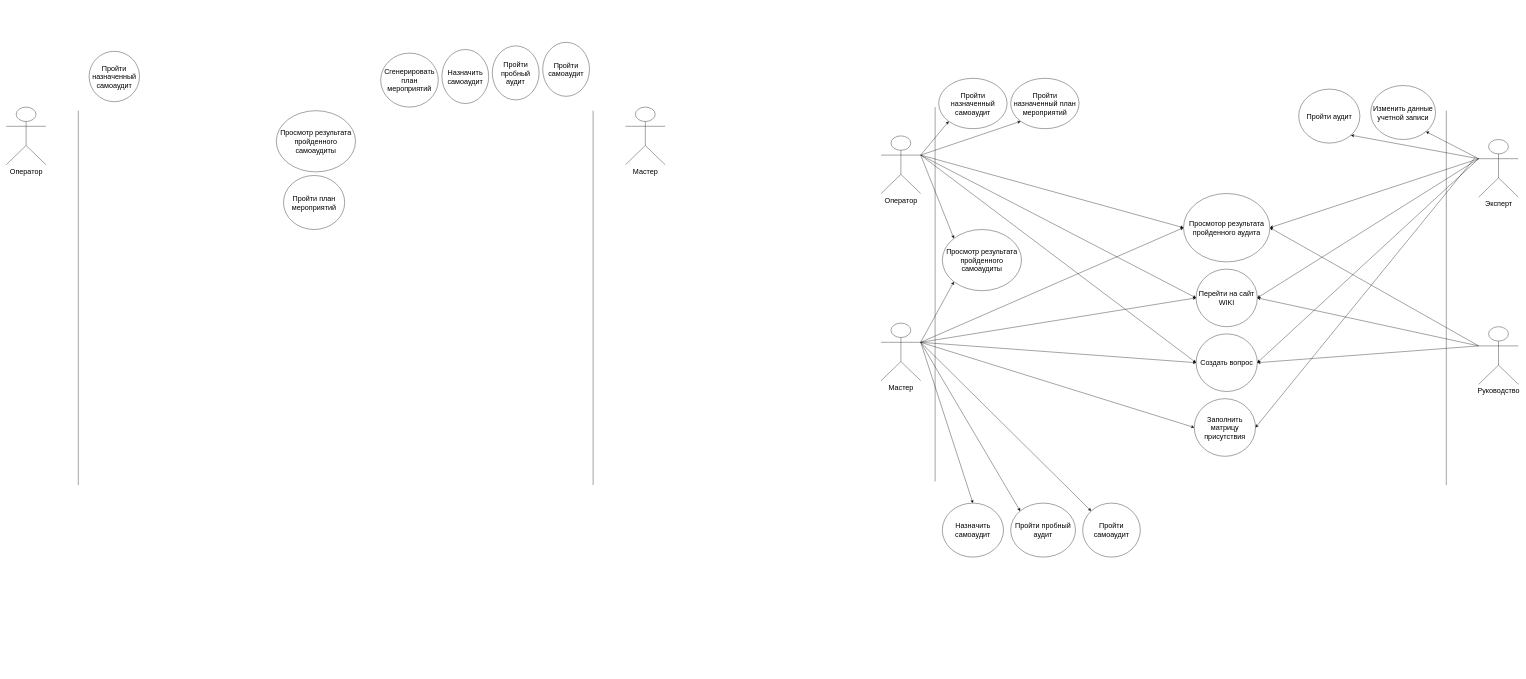
Above: page "USE_CASE" (1 of 13) of Диплом.drawio in Vlad-Efremovv/kursach (draw.io), before the change. Source tidied: cells renumbered, new cells numbered last; positions are measured from the earlier drawing's top-left corner, leaving out a move shared by most shapes. Both pictures are drawn from the tidied source at 36%, with x=0, y=0 at pixel (6, 42).
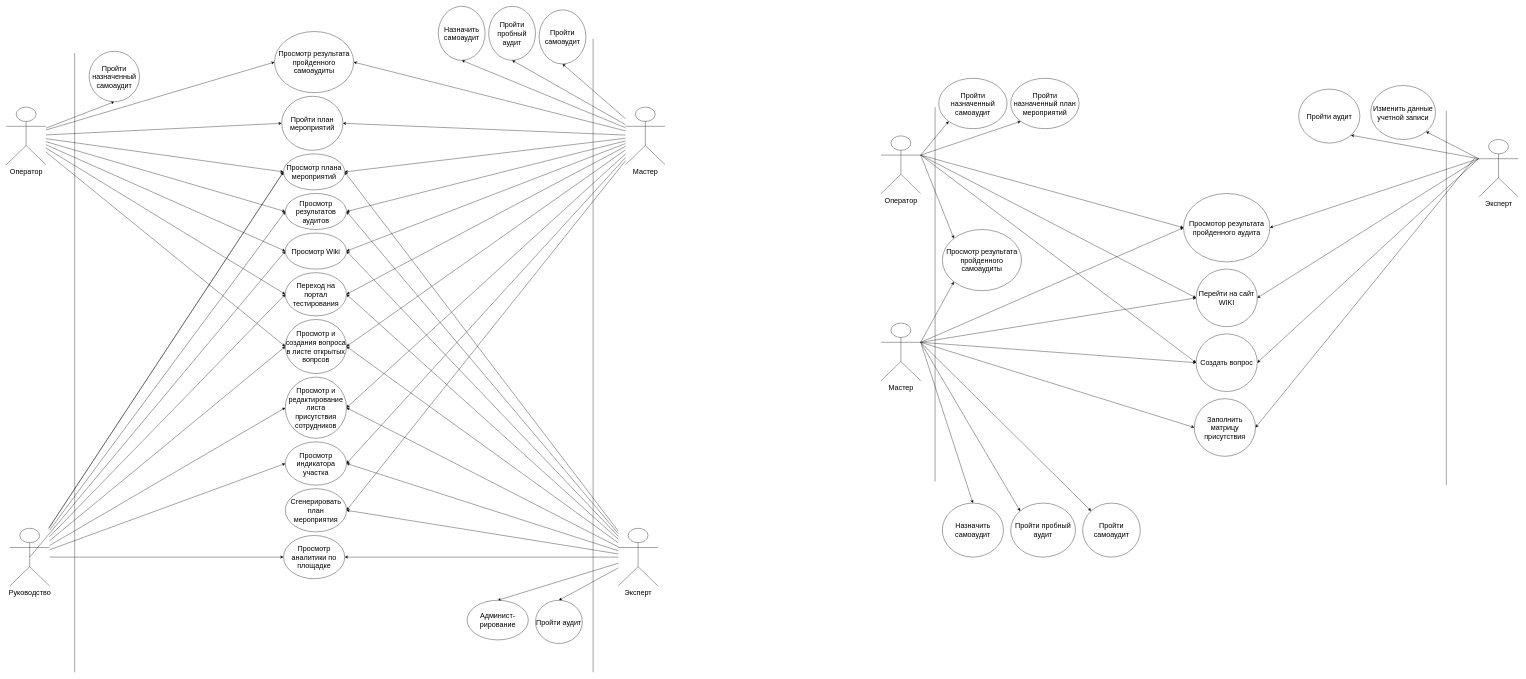
The same page after the edit.

Unchanged cells that the change refers to:
```xml
<mxCell id="11" value="Просмотор результата пройденного аудита" style="ellipse;whiteSpace=wrap;html=1;fontSize=20;" parent="1" vertex="1">
  <mxGeometry x="3270" y="420" width="240" height="190" as="geometry" />
</mxCell>
<mxCell id="26" value="Перейти на сайт WIKI" style="ellipse;whiteSpace=wrap;html=1;fontSize=20;" parent="1" vertex="1">
  <mxGeometry x="3305" y="630" width="170" height="160" as="geometry" />
</mxCell>
<mxCell id="33" value="Создать вопрос" style="ellipse;whiteSpace=wrap;html=1;fontSize=20;" parent="1" vertex="1">
  <mxGeometry x="3305" y="810" width="170" height="160" as="geometry" />
</mxCell>
<mxCell id="43" value="&lt;font style=&quot;font-size: 20px;&quot;&gt;Оператор&lt;/font&gt;" style="shape=umlActor;verticalLabelPosition=bottom;verticalAlign=top;html=1;outlineConnect=0;" parent="1" vertex="1">
  <mxGeometry y="180" width="110" height="160" as="geometry" />
</mxCell>
<mxCell id="46" value="&lt;font style=&quot;font-size: 20px;&quot;&gt;Мастер&lt;/font&gt;&lt;div&gt;&lt;font style=&quot;font-size: 20px;&quot;&gt;&lt;br&gt;&lt;/font&gt;&lt;/div&gt;" style="shape=umlActor;verticalLabelPosition=bottom;verticalAlign=top;html=1;outlineConnect=0;" parent="1" vertex="1">
  <mxGeometry x="1720" y="180" width="110" height="160" as="geometry" />
</mxCell>
<mxCell id="47" value="Пройти назначенный самоаудит" style="ellipse;whiteSpace=wrap;html=1;fontSize=20;" parent="1" vertex="1">
  <mxGeometry x="230" y="25" width="140" height="140" as="geometry" />
</mxCell>
```

Diff of the diagram source:
```diff
@@
-    <mxCell id="30" value="&lt;span style=&quot;font-size: 20px;&quot;&gt;Руководство&lt;/span&gt;" style="shape=umlActor;verticalLabelPosition=bottom;verticalAlign=top;html=1;outlineConnect=0;" parent="1" vertex="1">
-      <mxGeometry x="4090" y="790" width="110" height="160" as="geometry" />
-    </mxCell>
-    <mxCell id="31" style="endArrow=classic;html=1;rounded=0;entryX=1;entryY=0.5;entryDx=0;entryDy=0;exitX=0;exitY=0.3333333333333333;exitDx=0;exitDy=0;exitPerimeter=0;" parent="1" edge="1" source="30" target="26">
-      <mxGeometry relative="1" as="geometry" />
-    </mxCell>
-    <mxCell id="32" style="endArrow=classic;html=1;rounded=0;entryX=1;entryY=0.5;entryDx=0;entryDy=0;exitX=0;exitY=0.3333333333333333;exitDx=0;exitDy=0;exitPerimeter=0;" parent="1" edge="1" source="30" target="11">
-      <mxGeometry relative="1" as="geometry" />
-    </mxCell>
@@
-    <mxCell id="37" style="endArrow=classic;html=1;rounded=0;entryX=1;entryY=0.5;entryDx=0;entryDy=0;exitX=0;exitY=0.3333333333333333;exitDx=0;exitDy=0;exitPerimeter=0;" parent="1" edge="1" source="30" target="33">
-      <mxGeometry relative="1" as="geometry" />
-    </mxCell>
@@
+    <mxCell id="54" style="rounded=0;jettySize=auto;html=1;entryX=0;entryY=0.5;entryDx=0;entryDy=0;" parent="1" edge="1" source="43" target="75">
+      <mxGeometry relative="1" as="geometry" />
+    </mxCell>
+    <mxCell id="55" style="rounded=0;jettySize=auto;html=1;entryX=0;entryY=0.5;entryDx=0;entryDy=0;" parent="1" edge="1" source="43" target="76">
+      <mxGeometry relative="1" as="geometry" />
+    </mxCell>
+    <mxCell id="56" style="rounded=0;jettySize=auto;html=1;entryX=0;entryY=0.5;entryDx=0;entryDy=0;" parent="1" edge="1" source="43" target="79">
+      <mxGeometry relative="1" as="geometry" />
+    </mxCell>
+    <mxCell id="57" style="rounded=0;jettySize=auto;html=1;entryX=0.5;entryY=1;entryDx=0;entryDy=0;" parent="1" edge="1" source="43" target="47">
+      <mxGeometry relative="1" as="geometry" />
+    </mxCell>
+    <mxCell id="58" style="rounded=0;jettySize=auto;html=1;entryX=0;entryY=0.5;entryDx=0;entryDy=0;" parent="1" edge="1" source="43" target="48">
+      <mxGeometry relative="1" as="geometry" />
+    </mxCell>
+    <mxCell id="59" style="rounded=0;jettySize=auto;html=1;entryX=0;entryY=0.5;entryDx=0;entryDy=0;" parent="1" edge="1" source="43" target="52">
+      <mxGeometry relative="1" as="geometry" />
+    </mxCell>
+    <mxCell id="60" style="rounded=0;jettySize=auto;html=1;entryX=0;entryY=0.5;entryDx=0;entryDy=0;" parent="1" edge="1" source="43" target="96">
+      <mxGeometry relative="1" as="geometry" />
+    </mxCell>
+    <mxCell id="61" style="rounded=0;jettySize=auto;html=1;entryX=0;entryY=0.5;entryDx=0;entryDy=0;" parent="1" edge="1" source="43" target="106">
+      <mxGeometry relative="1" as="geometry" />
+    </mxCell>
@@
     <mxCell id="44" style="endArrow=none;html=1;rounded=0;" parent="1" edge="1">
       <mxGeometry relative="1" as="geometry">
-        <mxPoint x="200" y="1230" as="sourcePoint" />
-        <mxPoint x="200" y="190" as="targetPoint" />
+        <mxPoint x="190" y="1750" as="sourcePoint" />
+        <mxPoint x="190" y="30" as="targetPoint" />
       </mxGeometry>
     </mxCell>
     <mxCell id="45" style="endArrow=none;html=1;rounded=0;" parent="1" edge="1">
       <mxGeometry relative="1" as="geometry">
-        <mxPoint x="1630" y="1230" as="sourcePoint" />
-        <mxPoint x="1630" y="190" as="targetPoint" />
+        <mxPoint x="1630" y="1750" as="sourcePoint" />
+        <mxPoint x="1630" y="-10" as="targetPoint" />
       </mxGeometry>
     </mxCell>
+    <mxCell id="62" style="rounded=0;jettySize=auto;html=1;entryX=0.5;entryY=1;entryDx=0;entryDy=0;" parent="1" edge="1" source="46" target="50">
+      <mxGeometry relative="1" as="geometry" />
+    </mxCell>
+    <mxCell id="63" style="rounded=0;jettySize=auto;html=1;entryX=0.5;entryY=1;entryDx=0;entryDy=0;" parent="1" edge="1" source="46" target="49">
+      <mxGeometry relative="1" as="geometry" />
+    </mxCell>
+    <mxCell id="64" style="rounded=0;jettySize=auto;html=1;entryX=0.5;entryY=1;entryDx=0;entryDy=0;" parent="1" edge="1" source="46" target="51">
+      <mxGeometry relative="1" as="geometry" />
+    </mxCell>
+    <mxCell id="65" style="rounded=0;jettySize=auto;html=1;entryX=1;entryY=0.5;entryDx=0;entryDy=0;" parent="1" edge="1" source="46" target="48">
+      <mxGeometry relative="1" as="geometry" />
+    </mxCell>
+    <mxCell id="66" style="rounded=0;jettySize=auto;html=1;entryX=1;entryY=0.5;entryDx=0;entryDy=0;" parent="1" edge="1" source="46" target="52">
+      <mxGeometry relative="1" as="geometry" />
+    </mxCell>
+    <mxCell id="67" style="rounded=0;jettySize=auto;html=1;entryX=1;entryY=0.5;entryDx=0;entryDy=0;" parent="1" edge="1" source="46" target="75">
+      <mxGeometry relative="1" as="geometry" />
+    </mxCell>
+    <mxCell id="68" style="rounded=0;jettySize=auto;html=1;entryX=1;entryY=0.5;entryDx=0;entryDy=0;" parent="1" edge="1" source="46" target="76">
+      <mxGeometry relative="1" as="geometry" />
+    </mxCell>
+    <mxCell id="69" style="rounded=0;jettySize=auto;html=1;entryX=1;entryY=0.5;entryDx=0;entryDy=0;" parent="1" edge="1" source="46" target="79">
+      <mxGeometry relative="1" as="geometry" />
+    </mxCell>
+    <mxCell id="70" style="rounded=0;jettySize=auto;html=1;entryX=1;entryY=0.5;entryDx=0;entryDy=0;" parent="1" edge="1" source="46" target="77">
+      <mxGeometry relative="1" as="geometry" />
+    </mxCell>
+    <mxCell id="71" style="rounded=0;jettySize=auto;html=1;entryX=1;entryY=0.5;entryDx=0;entryDy=0;" parent="1" edge="1" source="46" target="78">
+      <mxGeometry relative="1" as="geometry" />
+    </mxCell>
+    <mxCell id="72" style="rounded=0;jettySize=auto;html=1;entryX=1;entryY=0.5;entryDx=0;entryDy=0;" parent="1" edge="1" source="46" target="95">
+      <mxGeometry relative="1" as="geometry" />
+    </mxCell>
+    <mxCell id="73" style="rounded=0;jettySize=auto;html=1;entryX=1;entryY=0.5;entryDx=0;entryDy=0;" parent="1" edge="1" source="46" target="96">
+      <mxGeometry relative="1" as="geometry" />
+    </mxCell>
+    <mxCell id="74" style="rounded=0;jettySize=auto;html=1;entryX=1;entryY=0.5;entryDx=0;entryDy=0;" parent="1" edge="1" source="46" target="106">
+      <mxGeometry relative="1" as="geometry" />
+    </mxCell>
@@
     <mxCell id="48" value="Просмотр результата пройденного самоаудиты" style="ellipse;whiteSpace=wrap;html=1;fontSize=20;" parent="1" vertex="1">
-      <mxGeometry x="750" y="190" width="220" height="170" as="geometry" />
+      <mxGeometry x="745" y="-30" width="220" height="170" as="geometry" />
     </mxCell>
     <mxCell id="49" value="Пройти пробный аудит" style="ellipse;whiteSpace=wrap;html=1;fontSize=20;" parent="1" vertex="1">
-      <mxGeometry x="1350" y="10" width="130" height="150" as="geometry" />
+      <mxGeometry x="1340" y="-100" width="130" height="150" as="geometry" />
     </mxCell>
     <mxCell id="50" value="Пройти самоаудит" style="ellipse;whiteSpace=wrap;html=1;fontSize=20;" parent="1" vertex="1">
-      <mxGeometry x="1490" width="130" height="150" as="geometry" />
+      <mxGeometry x="1480" y="-90" width="130" height="150" as="geometry" />
     </mxCell>
     <mxCell id="51" value="Назначить самоаудит" style="ellipse;whiteSpace=wrap;html=1;fontSize=20;" parent="1" vertex="1">
-      <mxGeometry x="1210" y="20" width="130" height="150" as="geometry" />
+      <mxGeometry x="1200" y="-100" width="130" height="150" as="geometry" />
     </mxCell>
     <mxCell id="52" value="Пройти план мероприятий" style="ellipse;whiteSpace=wrap;html=1;fontSize=20;" parent="1" vertex="1">
-      <mxGeometry x="770" y="370" width="170" height="150" as="geometry" />
+      <mxGeometry x="765" y="150" width="170" height="150" as="geometry" />
     </mxCell>
-    <mxCell id="53" value="Сгенерировать план мероприятий" style="ellipse;whiteSpace=wrap;html=1;fontSize=20;" parent="1" vertex="1">
-      <mxGeometry x="1040" y="30" width="160" height="150" as="geometry" />
-    </mxCell>
+    <mxCell id="75" value="Просмотр Wiki" style="ellipse;whiteSpace=wrap;html=1;fontSize=20;" parent="1" vertex="1">
+      <mxGeometry x="775" y="530" width="170" height="100" as="geometry" />
+    </mxCell>
+    <mxCell id="76" value="Переход на портал тестирования" style="ellipse;whiteSpace=wrap;html=1;fontSize=20;" parent="1" vertex="1">
+      <mxGeometry x="775" y="640" width="170" height="120" as="geometry" />
+    </mxCell>
+    <mxCell id="77" value="Просмотр и редактирование листа присутствия сотрудников" style="ellipse;whiteSpace=wrap;html=1;fontSize=20;" parent="1" vertex="1">
+      <mxGeometry x="775" y="930" width="170" height="170" as="geometry" />
+    </mxCell>
+    <mxCell id="78" value="Просмотр индикатора участка" style="ellipse;whiteSpace=wrap;html=1;fontSize=20;" parent="1" vertex="1">
+      <mxGeometry x="775" y="1110" width="170" height="120" as="geometry" />
+    </mxCell>
+    <mxCell id="79" value="Просмотр и создания вопроса в листе открытых вопрсов" style="ellipse;whiteSpace=wrap;html=1;fontSize=20;" parent="1" vertex="1">
+      <mxGeometry x="775" y="770" width="170" height="150" as="geometry" />
+    </mxCell>
+    <mxCell id="80" style="rounded=0;jettySize=auto;html=1;entryX=1;entryY=0.5;entryDx=0;entryDy=0;" parent="1" edge="1" source="91" target="75">
+      <mxGeometry relative="1" as="geometry" />
+    </mxCell>
+    <mxCell id="81" style="rounded=0;jettySize=auto;html=1;entryX=1;entryY=0.5;entryDx=0;entryDy=0;" parent="1" edge="1" source="91" target="76">
+      <mxGeometry relative="1" as="geometry" />
+    </mxCell>
+    <mxCell id="82" style="rounded=0;jettySize=auto;html=1;entryX=1;entryY=0.5;entryDx=0;entryDy=0;" parent="1" edge="1" source="91" target="79">
+      <mxGeometry relative="1" as="geometry" />
+    </mxCell>
+    <mxCell id="83" style="rounded=0;jettySize=auto;html=1;entryX=1;entryY=0.5;entryDx=0;entryDy=0;" parent="1" edge="1" source="91" target="77">
+      <mxGeometry relative="1" as="geometry" />
+    </mxCell>
+    <mxCell id="84" style="rounded=0;jettySize=auto;html=1;entryX=1;entryY=0.5;entryDx=0;entryDy=0;" parent="1" edge="1" source="91" target="78">
+      <mxGeometry relative="1" as="geometry" />
+    </mxCell>
+    <mxCell id="85" style="rounded=0;jettySize=auto;html=1;entryX=1;entryY=0.5;entryDx=0;entryDy=0;" parent="1" edge="1" source="91" target="95">
+      <mxGeometry relative="1" as="geometry" />
+    </mxCell>
+    <mxCell id="86" style="rounded=0;jettySize=auto;html=1;entryX=1;entryY=0.5;entryDx=0;entryDy=0;" parent="1" edge="1" source="91" target="92">
+      <mxGeometry relative="1" as="geometry" />
+    </mxCell>
+    <mxCell id="87" style="rounded=0;jettySize=auto;html=1;entryX=0.5;entryY=0;entryDx=0;entryDy=0;" parent="1" edge="1" source="91" target="93">
+      <mxGeometry relative="1" as="geometry" />
+    </mxCell>
+    <mxCell id="88" style="rounded=0;jettySize=auto;html=1;entryX=0.5;entryY=0;entryDx=0;entryDy=0;" parent="1" edge="1" source="91" target="94">
+      <mxGeometry relative="1" as="geometry" />
+    </mxCell>
+    <mxCell id="89" style="rounded=0;jettySize=auto;html=1;entryX=1;entryY=0.5;entryDx=0;entryDy=0;" parent="1" edge="1" source="91" target="96">
+      <mxGeometry relative="1" as="geometry" />
+    </mxCell>
+    <mxCell id="90" style="rounded=0;jettySize=auto;html=1;entryX=1;entryY=0.5;entryDx=0;entryDy=0;" parent="1" edge="1" source="91" target="106">
+      <mxGeometry relative="1" as="geometry" />
+    </mxCell>
+    <mxCell id="91" value="&lt;font style=&quot;font-size: 20px;&quot;&gt;Эксперт&lt;/font&gt;" style="shape=umlActor;verticalLabelPosition=bottom;verticalAlign=top;html=1;outlineConnect=0;" parent="1" vertex="1">
+      <mxGeometry x="1700" y="1350" width="110" height="160" as="geometry" />
+    </mxCell>
+    <mxCell id="92" value="Просмотр аналитики по площадке" style="ellipse;whiteSpace=wrap;html=1;fontSize=20;" parent="1" vertex="1">
+      <mxGeometry x="770" y="1370" width="170" height="120" as="geometry" />
+    </mxCell>
+    <mxCell id="93" value="Админист-рирование" style="ellipse;whiteSpace=wrap;html=1;fontSize=20;" parent="1" vertex="1">
+      <mxGeometry x="1280" y="1550" width="170" height="110" as="geometry" />
+    </mxCell>
+    <mxCell id="94" value="Пройти аудит" style="ellipse;whiteSpace=wrap;html=1;fontSize=20;" parent="1" vertex="1">
+      <mxGeometry x="1470" y="1550" width="130" height="120" as="geometry" />
+    </mxCell>
+    <mxCell id="95" value="Сгенерировать план мероприятия" style="ellipse;whiteSpace=wrap;html=1;fontSize=20;" parent="1" vertex="1">
+      <mxGeometry x="775" y="1240" width="170" height="120" as="geometry" />
+    </mxCell>
+    <mxCell id="96" value="Просмотр результатов аудитов" style="ellipse;whiteSpace=wrap;html=1;fontSize=20;" parent="1" vertex="1">
+      <mxGeometry x="775" y="420" width="170" height="100" as="geometry" />
+    </mxCell>
+    <mxCell id="97" style="rounded=0;jettySize=auto;html=1;entryX=0;entryY=0.5;entryDx=0;entryDy=0;" parent="1" edge="1" source="30" target="96">
+      <mxGeometry relative="1" as="geometry" />
+    </mxCell>
+    <mxCell id="98" style="rounded=0;jettySize=auto;html=1;exitX=0.5;exitY=0.5;exitDx=0;exitDy=0;exitPerimeter=0;entryX=0;entryY=0.5;entryDx=0;entryDy=0;" parent="1" edge="1" source="30" target="75">
+      <mxGeometry relative="1" as="geometry" />
+    </mxCell>
+    <mxCell id="99" style="rounded=0;jettySize=auto;html=1;entryX=0;entryY=0.5;entryDx=0;entryDy=0;" parent="1" edge="1" source="30" target="76">
+      <mxGeometry relative="1" as="geometry" />
+    </mxCell>
+    <mxCell id="100" style="rounded=0;jettySize=auto;html=1;entryX=0;entryY=0.5;entryDx=0;entryDy=0;" parent="1" edge="1" source="30" target="79">
+      <mxGeometry relative="1" as="geometry" />
+    </mxCell>
+    <mxCell id="101" style="rounded=0;jettySize=auto;html=1;entryX=0;entryY=0.5;entryDx=0;entryDy=0;" parent="1" edge="1" source="30" target="77">
+      <mxGeometry relative="1" as="geometry" />
+    </mxCell>
+    <mxCell id="102" style="rounded=0;jettySize=auto;html=1;entryX=0;entryY=0.5;entryDx=0;entryDy=0;" parent="1" edge="1" source="30" target="106">
+      <mxGeometry relative="1" as="geometry" />
+    </mxCell>
+    <mxCell id="103" style="rounded=0;jettySize=auto;html=1;entryX=0;entryY=0.5;entryDx=0;entryDy=0;" parent="1" edge="1" source="30" target="78">
+      <mxGeometry relative="1" as="geometry" />
+    </mxCell>
+    <mxCell id="104" style="rounded=0;jettySize=auto;html=1;entryX=0;entryY=0.5;entryDx=0;entryDy=0;" parent="1" edge="1" source="30" target="92">
+      <mxGeometry relative="1" as="geometry" />
+    </mxCell>
+    <mxCell id="105" style="rounded=0;jettySize=auto;html=1;entryX=0;entryY=0.5;entryDx=0;entryDy=0;" parent="1" edge="1" source="30" target="106">
+      <mxGeometry relative="1" as="geometry" />
+    </mxCell>
+    <mxCell id="30" value="&lt;font style=&quot;font-size: 20px;&quot;&gt;Руководство&lt;/font&gt;" style="shape=umlActor;verticalLabelPosition=bottom;verticalAlign=top;html=1;outlineConnect=0;" parent="1" vertex="1">
+      <mxGeometry x="10" y="1350" width="110" height="160" as="geometry" />
+    </mxCell>
+    <mxCell id="106" value="Просмотр плана мероприятий" style="ellipse;whiteSpace=wrap;html=1;fontSize=20;" parent="1" vertex="1">
+      <mxGeometry x="770" y="310" width="170" height="100" as="geometry" />
+    </mxCell>
```
